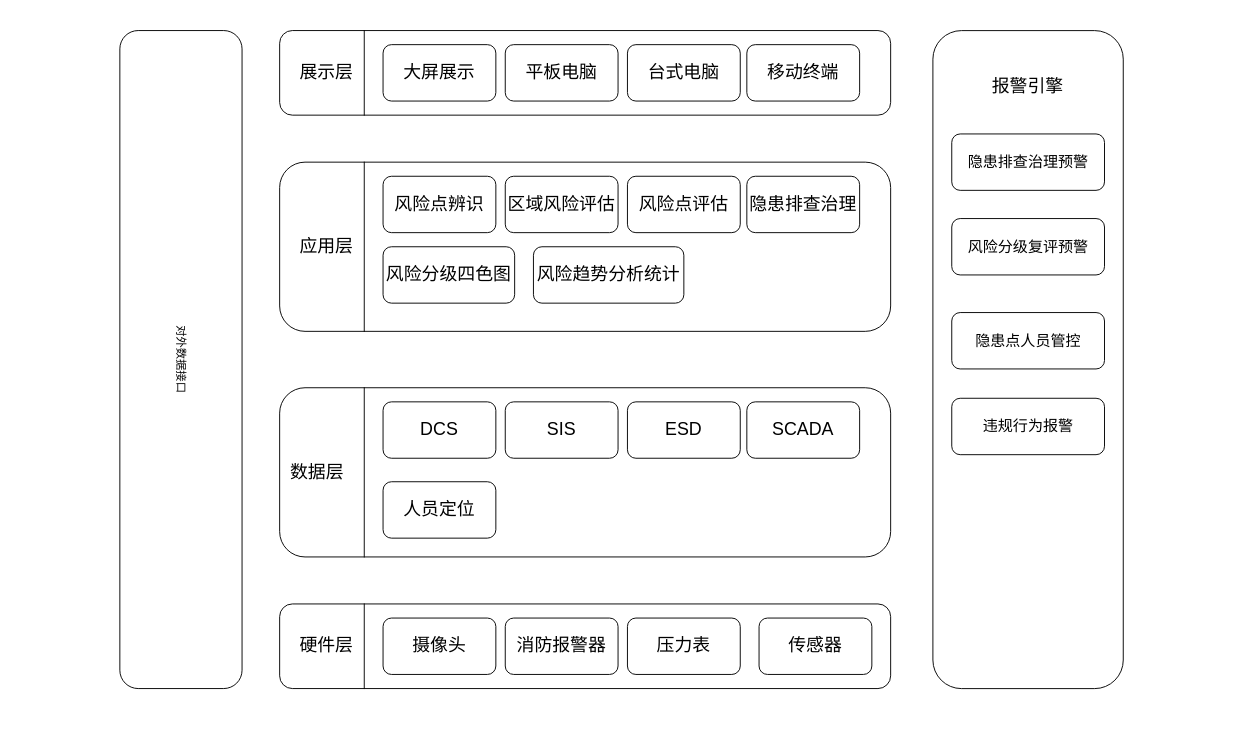
This is page "第 1 页" (1 of 2) of 未命名绘图.drawio from YangDongDD/-, a draw.io file, before an edit. Source tidied: cells renumbered, new cells numbered last; positions are measured from the earlier drawing's top-left corner, leaving out a move shared by most shapes. Both pictures are drawn from the tidied source at 94%, with x=0, y=0 at pixel (-149, 30).
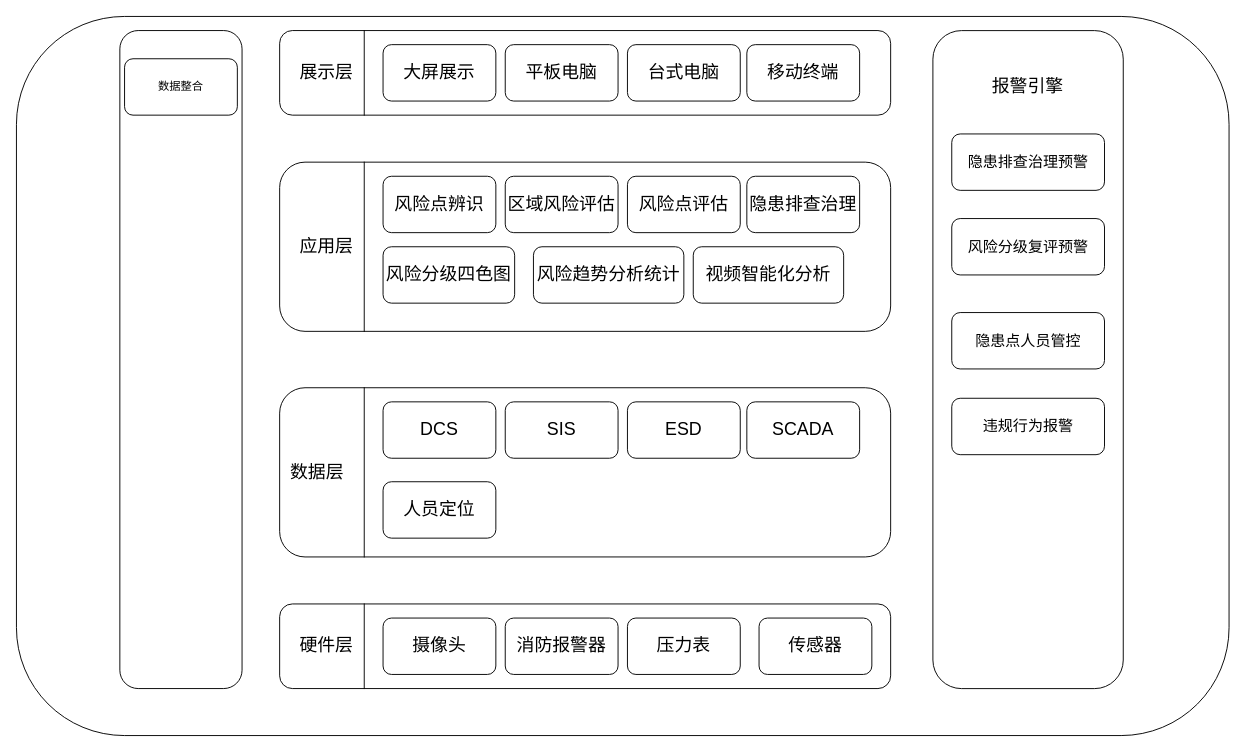
The same diagram, later.

Commit message:
更新未命名绘图.drawio

The edit, as a diff of the source:
```diff
@@
+    <mxCell id="40" style="rounded=1;whiteSpace=wrap;html=1;" parent="1" vertex="1">
+      <mxGeometry x="175" y="-15" width="1290" height="765" as="geometry" />
+    </mxCell>
@@
-    <mxCell id="39" value="对外数据接口" style="rounded=1;whiteSpace=wrap;html=1;rotation=90;" parent="1" vertex="1">
+    <mxCell id="39" style="rounded=1;whiteSpace=wrap;html=1;rotation=90;" parent="1" vertex="1">
       <mxGeometry y="285" width="700" height="130" as="geometry" />
     </mxCell>
+    <mxCell id="41" value="数据整合" style="rounded=1;whiteSpace=wrap;html=1;" parent="1" vertex="1">
+      <mxGeometry x="290" y="30" width="120" height="60" as="geometry" />
+    </mxCell>
+    <mxCell id="42" value="视频智能化分析" style="rounded=1;whiteSpace=wrap;html=1;fontSize=19;" parent="1" vertex="1">
+      <mxGeometry x="895" y="230" width="160" height="60" as="geometry" />
+    </mxCell>
```
